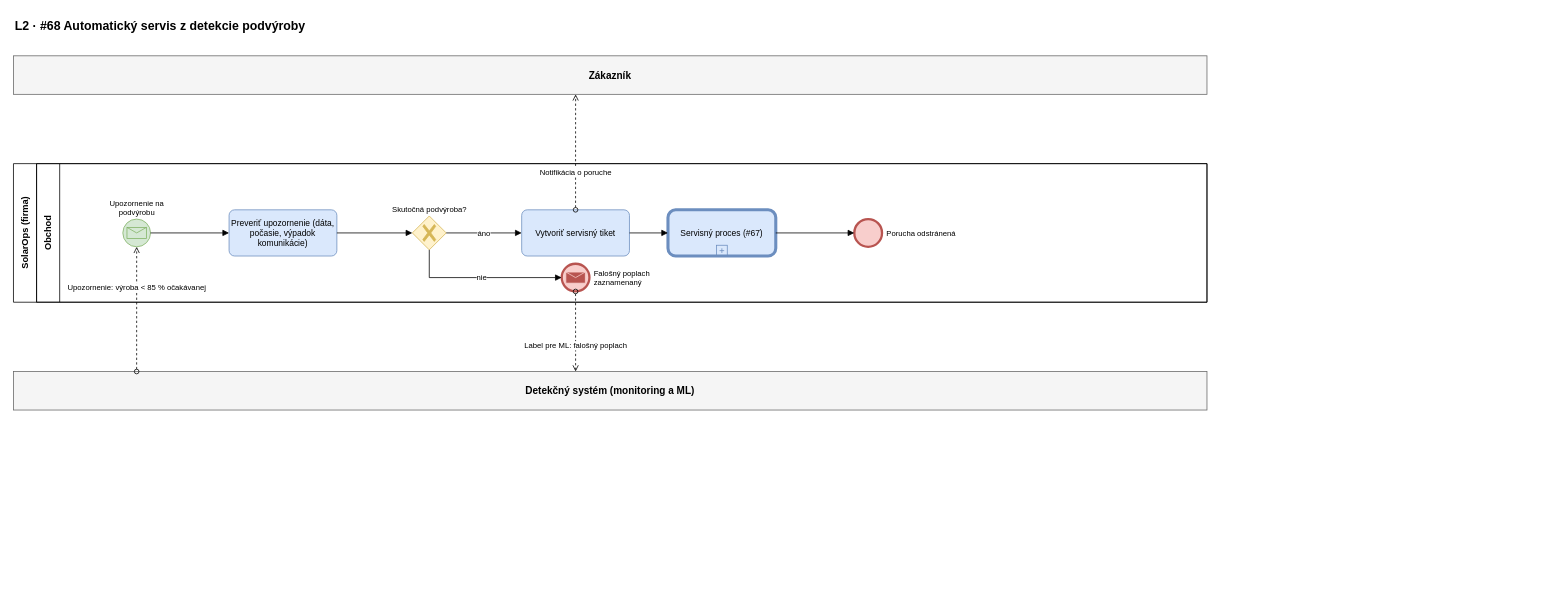
Before: page "#68 Automatický servis" (11 of 11) of docs/bpmn/solarops-bpmn.drawio in takacmichal/AISPU, a draw.io diagram. Source tidied: cells renumbered, new cells numbered last; positions are measured from the earlier drawing's top-left corner, leaving out a move shared by most shapes. Both pictures are drawn from the tidied source at 77%, with x=0, y=0 at pixel (13, 13).
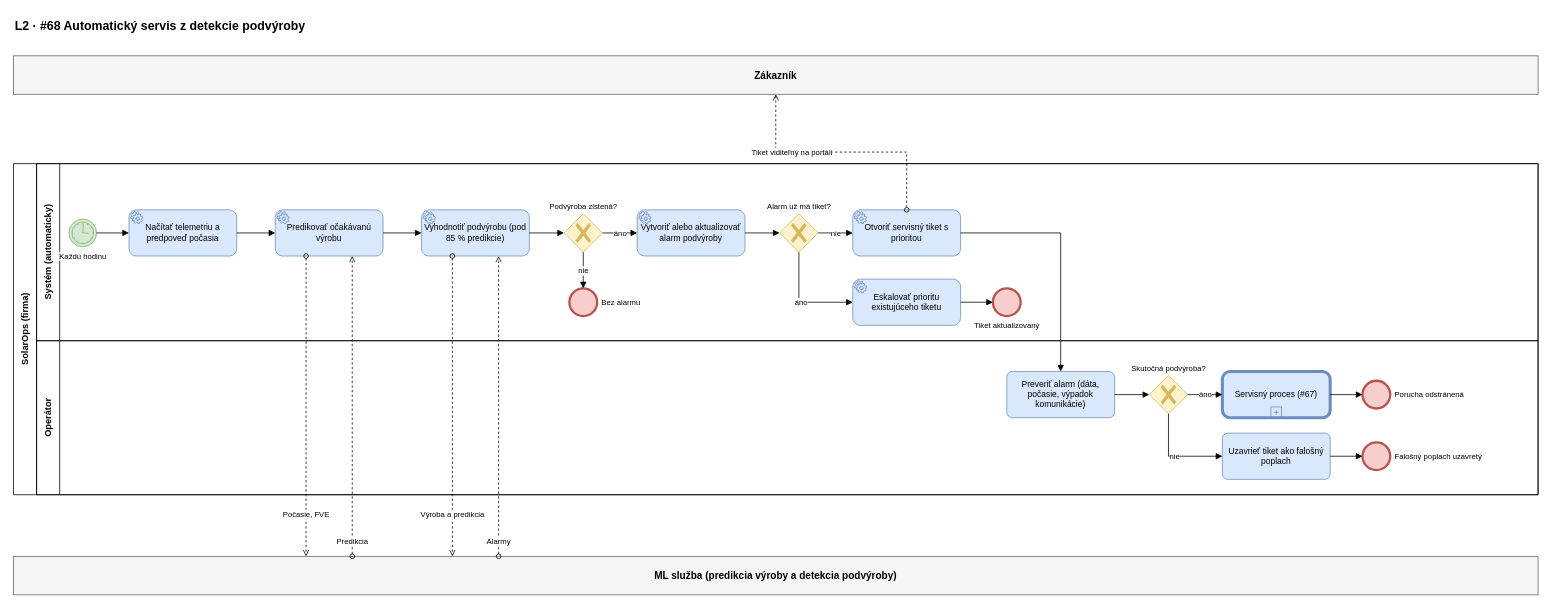
Above is the later version.

What changed in the source:
```diff
@@
     <mxCell id="3" value="Zákazník" style="rounded=0;whiteSpace=wrap;html=1;fillColor=#f5f5f5;strokeColor=#666666;fontStyle=1;fontSize=13;" parent="1" vertex="1">
-      <mxGeometry y="55" width="1550" height="50" as="geometry" />
+      <mxGeometry y="55" width="1980" height="50" as="geometry" />
     </mxCell>
-    <mxCell id="4" value="Detekčný systém (monitoring a ML)" style="rounded=0;whiteSpace=wrap;html=1;fillColor=#f5f5f5;strokeColor=#666666;fontStyle=1;fontSize=13;" parent="1" vertex="1">
-      <mxGeometry y="465" width="1550" height="50" as="geometry" />
+    <mxCell id="4" value="ML služba (predikcia výroby a detekcia podvýroby)" style="rounded=0;whiteSpace=wrap;html=1;fillColor=#f5f5f5;strokeColor=#666666;fontStyle=1;fontSize=13;" parent="1" vertex="1">
+      <mxGeometry y="705" width="1980" height="50" as="geometry" />
     </mxCell>
     <mxCell id="5" value="SolarOps (firma)" style="swimlane;horizontal=0;whiteSpace=wrap;html=1;startSize=30;fontStyle=1;fillColor=none;" parent="1" vertex="1">
-      <mxGeometry y="195" width="1550" height="180" as="geometry" />
+      <mxGeometry y="195" width="1980" height="430" as="geometry" />
     </mxCell>
-    <mxCell id="6" value="Obchod" style="swimlane;horizontal=0;whiteSpace=wrap;html=1;startSize=30;fillColor=none;" parent="5" vertex="1">
-      <mxGeometry x="30" width="1520" height="180" as="geometry" />
+    <mxCell id="6" value="Systém (automaticky)" style="swimlane;horizontal=0;whiteSpace=wrap;html=1;startSize=30;fillColor=none;" parent="5" vertex="1">
+      <mxGeometry x="30" width="1950" height="230" as="geometry" />
     </mxCell>
+    <mxCell id="23" value="Operátor" style="swimlane;horizontal=0;whiteSpace=wrap;html=1;startSize=30;fillColor=none;" parent="5" vertex="1">
+      <mxGeometry x="30" y="230" width="1950" height="200" as="geometry" />
+    </mxCell>
-    <mxCell id="7" value="Upozornenie na&lt;br&gt;podvýrobu" style="shape=mxgraph.bpmn.shape;html=1;labelBackgroundColor=#ffffff;perimeter=ellipsePerimeter;outlineConnect=0;fontSize=10;outline=standard;symbol=message;fillColor=#d5e8d4;strokeColor=#82b366;verticalLabelPosition=top;verticalAlign=bottom;labelPosition=center;align=center;" parent="6" vertex="1">
-      <mxGeometry x="112" y="72" width="36" height="36" as="geometry" />
+    <mxCell id="7" value="Každú hodinu" style="shape=mxgraph.bpmn.shape;html=1;labelBackgroundColor=#ffffff;perimeter=ellipsePerimeter;outlineConnect=0;fontSize=10;outline=standard;symbol=timer;fillColor=#d5e8d4;strokeColor=#82b366;verticalLabelPosition=bottom;verticalAlign=top;labelPosition=center;align=center;" parent="6" vertex="1">
+      <mxGeometry x="42" y="72" width="36" height="36" as="geometry" />
     </mxCell>
-    <mxCell id="8" value="Preveriť upozornenie (dáta, počasie, výpadok komunikácie)" style="rounded=1;whiteSpace=wrap;html=1;arcSize=12;fillColor=#dae8fc;strokeColor=#6c8ebf;fontSize=11;" parent="6" vertex="1">
-      <mxGeometry x="250" y="60" width="140" height="60" as="geometry" />
-    </mxCell>
+    <mxCell id="24" value="Načítať telemetriu a predpoveď počasia" style="shape=mxgraph.bpmn.task;html=1;whiteSpace=wrap;rectStyle=rounded;size=10;taskMarker=service;fillColor=#dae8fc;strokeColor=#6c8ebf;fontSize=11;" parent="6" vertex="1">
+      <mxGeometry x="120" y="60" width="140" height="60" as="geometry" />
+    </mxCell>
+    <mxCell id="25" value="Predikovať očakávanú výrobu" style="shape=mxgraph.bpmn.task;html=1;whiteSpace=wrap;rectStyle=rounded;size=10;taskMarker=service;fillColor=#dae8fc;strokeColor=#6c8ebf;fontSize=11;" parent="6" vertex="1">
+      <mxGeometry x="310" y="60" width="140" height="60" as="geometry" />
+    </mxCell>
+    <mxCell id="26" value="Vyhodnotiť podvýrobu (pod 85 % predikcie)" style="shape=mxgraph.bpmn.task;html=1;whiteSpace=wrap;rectStyle=rounded;size=10;taskMarker=service;fillColor=#dae8fc;strokeColor=#6c8ebf;fontSize=11;" parent="6" vertex="1">
+      <mxGeometry x="500" y="60" width="140" height="60" as="geometry" />
+    </mxCell>
+    <mxCell id="27" value="Podvýroba zistená?" style="shape=mxgraph.bpmn.gateway2;html=1;labelBackgroundColor=#ffffff;perimeter=rhombusPerimeter;outlineConnect=0;fillColor=#fff2cc;strokeColor=#d6b656;fontSize=10;outline=none;symbol=none;gwType=exclusive;verticalLabelPosition=top;verticalAlign=bottom;labelPosition=center;align=center;" parent="6" vertex="1">
+      <mxGeometry x="685" y="65" width="50" height="50" as="geometry" />
+    </mxCell>
+    <mxCell id="28" value="Bez alarmu" style="shape=mxgraph.bpmn.shape;html=1;labelBackgroundColor=#ffffff;perimeter=ellipsePerimeter;outlineConnect=0;fontSize=10;outline=end;symbol=general;fillColor=#f8cecc;strokeColor=#b85450;verticalLabelPosition=middle;verticalAlign=middle;labelPosition=right;align=left;spacingLeft=4;" parent="6" vertex="1">
+      <mxGeometry x="692" y="162" width="36" height="36" as="geometry" />
+    </mxCell>
+    <mxCell id="29" value="Vytvoriť alebo aktualizovať alarm podvýroby" style="shape=mxgraph.bpmn.task;html=1;whiteSpace=wrap;rectStyle=rounded;size=10;taskMarker=service;fillColor=#dae8fc;strokeColor=#6c8ebf;fontSize=11;" parent="6" vertex="1">
+      <mxGeometry x="780" y="60" width="140" height="60" as="geometry" />
+    </mxCell>
+    <mxCell id="30" value="Alarm už má tiket?" style="shape=mxgraph.bpmn.gateway2;html=1;labelBackgroundColor=#ffffff;perimeter=rhombusPerimeter;outlineConnect=0;fillColor=#fff2cc;strokeColor=#d6b656;fontSize=10;outline=none;symbol=none;gwType=exclusive;verticalLabelPosition=top;verticalAlign=bottom;labelPosition=center;align=center;" parent="6" vertex="1">
+      <mxGeometry x="965" y="65" width="50" height="50" as="geometry" />
+    </mxCell>
+    <mxCell id="31" value="Eskalovať prioritu existujúceho tiketu" style="shape=mxgraph.bpmn.task;html=1;whiteSpace=wrap;rectStyle=rounded;size=10;taskMarker=service;fillColor=#dae8fc;strokeColor=#6c8ebf;fontSize=11;" parent="6" vertex="1">
+      <mxGeometry x="1060" y="150" width="140" height="60" as="geometry" />
+    </mxCell>
+    <mxCell id="32" value="Tiket aktualizovaný" style="shape=mxgraph.bpmn.shape;html=1;labelBackgroundColor=#ffffff;perimeter=ellipsePerimeter;outlineConnect=0;fontSize=10;outline=end;symbol=general;fillColor=#f8cecc;strokeColor=#b85450;verticalLabelPosition=bottom;verticalAlign=top;labelPosition=center;align=center;" parent="6" vertex="1">
+      <mxGeometry x="1242" y="162" width="36" height="36" as="geometry" />
+    </mxCell>
+    <mxCell id="33" value="Otvoriť servisný tiket s prioritou" style="shape=mxgraph.bpmn.task;html=1;whiteSpace=wrap;rectStyle=rounded;size=10;taskMarker=service;fillColor=#dae8fc;strokeColor=#6c8ebf;fontSize=11;" parent="6" vertex="1">
+      <mxGeometry x="1060" y="60" width="140" height="60" as="geometry" />
+    </mxCell>
+    <mxCell id="34" value="Preveriť alarm (dáta, počasie, výpadok komunikácie)" style="rounded=1;whiteSpace=wrap;html=1;arcSize=12;fillColor=#dae8fc;strokeColor=#6c8ebf;fontSize=11;" parent="23" vertex="1">
+      <mxGeometry x="1260" y="40" width="140" height="60" as="geometry" />
+    </mxCell>
-    <mxCell id="9" value="Skutočná podvýroba?" style="shape=mxgraph.bpmn.gateway2;html=1;labelBackgroundColor=#ffffff;perimeter=rhombusPerimeter;outlineConnect=0;fillColor=#fff2cc;strokeColor=#d6b656;fontSize=10;outline=none;symbol=none;gwType=exclusive;verticalLabelPosition=top;verticalAlign=bottom;labelPosition=center;align=center;" parent="6" vertex="1">
-      <mxGeometry x="488" y="68" width="44" height="44" as="geometry" />
+    <mxCell id="9" value="Skutočná podvýroba?" style="shape=mxgraph.bpmn.gateway2;html=1;labelBackgroundColor=#ffffff;perimeter=rhombusPerimeter;outlineConnect=0;fillColor=#fff2cc;strokeColor=#d6b656;fontSize=10;outline=none;symbol=none;gwType=exclusive;verticalLabelPosition=top;verticalAlign=bottom;labelPosition=center;align=center;" parent="23" vertex="1">
+      <mxGeometry x="1445" y="45" width="50" height="50" as="geometry" />
     </mxCell>
-    <mxCell id="10" value="Falošný poplach&lt;br&gt;zaznamenaný" style="shape=mxgraph.bpmn.shape;html=1;labelBackgroundColor=#ffffff;perimeter=ellipsePerimeter;outlineConnect=0;fontSize=10;outline=end;symbol=message;fillColor=#f8cecc;strokeColor=#b85450;verticalLabelPosition=middle;verticalAlign=middle;labelPosition=right;align=left;spacingLeft=4;" parent="6" vertex="1">
-      <mxGeometry x="682" y="130" width="36" height="36" as="geometry" />
-    </mxCell>
-    <mxCell id="11" value="Vytvoriť servisný tiket" style="rounded=1;whiteSpace=wrap;html=1;arcSize=12;fillColor=#dae8fc;strokeColor=#6c8ebf;fontSize=11;" parent="6" vertex="1">
-      <mxGeometry x="630" y="60" width="140" height="60" as="geometry" />
-    </mxCell>
-    <mxCell id="12" value="Servisný proces (#67)" style="shape=mxgraph.bpmn.task;html=1;whiteSpace=wrap;rectStyle=rounded;size=10;taskMarker=abstract;isLoopSub=1;fillColor=#dae8fc;strokeColor=#6c8ebf;fontSize=11;bpmnShapeType=call;" parent="6" vertex="1">
-      <mxGeometry x="820" y="60" width="140" height="60" as="geometry" />
+    <mxCell id="12" value="Servisný proces (#67)" style="shape=mxgraph.bpmn.task;html=1;whiteSpace=wrap;rectStyle=rounded;size=10;taskMarker=abstract;isLoopSub=1;fillColor=#dae8fc;strokeColor=#6c8ebf;fontSize=11;bpmnShapeType=call;" parent="23" vertex="1">
+      <mxGeometry x="1540" y="40" width="140" height="60" as="geometry" />
     </mxCell>
-    <mxCell id="13" value="Porucha odstránená" style="shape=mxgraph.bpmn.shape;html=1;labelBackgroundColor=#ffffff;perimeter=ellipsePerimeter;outlineConnect=0;fontSize=10;outline=end;symbol=general;fillColor=#f8cecc;strokeColor=#b85450;verticalLabelPosition=middle;verticalAlign=middle;labelPosition=right;align=left;spacingLeft=4;" parent="6" vertex="1">
-      <mxGeometry x="1062" y="72" width="36" height="36" as="geometry" />
+    <mxCell id="13" value="Porucha odstránená" style="shape=mxgraph.bpmn.shape;html=1;labelBackgroundColor=#ffffff;perimeter=ellipsePerimeter;outlineConnect=0;fontSize=10;outline=end;symbol=general;fillColor=#f8cecc;strokeColor=#b85450;verticalLabelPosition=middle;verticalAlign=middle;labelPosition=right;align=left;spacingLeft=4;" parent="23" vertex="1">
+      <mxGeometry x="1722" y="52" width="36" height="36" as="geometry" />
     </mxCell>
+    <mxCell id="35" value="Uzavrieť tiket ako falošný poplach" style="rounded=1;whiteSpace=wrap;html=1;arcSize=12;fillColor=#dae8fc;strokeColor=#6c8ebf;fontSize=11;" parent="23" vertex="1">
+      <mxGeometry x="1540" y="120" width="140" height="60" as="geometry" />
+    </mxCell>
+    <mxCell id="36" value="Falošný poplach uzavretý" style="shape=mxgraph.bpmn.shape;html=1;labelBackgroundColor=#ffffff;perimeter=ellipsePerimeter;outlineConnect=0;fontSize=10;outline=end;symbol=general;fillColor=#f8cecc;strokeColor=#b85450;verticalLabelPosition=middle;verticalAlign=middle;labelPosition=right;align=left;spacingLeft=4;" parent="23" vertex="1">
+      <mxGeometry x="1722" y="132" width="36" height="36" as="geometry" />
+    </mxCell>
-    <mxCell id="14" style="edgeStyle=orthogonalEdgeStyle;rounded=0;html=1;endArrow=block;endFill=1;fontSize=10;labelBackgroundColor=#ffffff;exitX=1;exitY=0.5;entryX=0;entryY=0.5;" parent="1" edge="1" source="7" target="8">
+    <mxCell id="14" style="edgeStyle=orthogonalEdgeStyle;rounded=0;html=1;endArrow=block;endFill=1;fontSize=10;labelBackgroundColor=#ffffff;exitX=1;exitY=0.5;entryX=0;entryY=0.5;" parent="1" edge="1" source="7" target="24">
       <mxGeometry relative="1" as="geometry" />
     </mxCell>
-    <mxCell id="15" style="edgeStyle=orthogonalEdgeStyle;rounded=0;html=1;endArrow=block;endFill=1;fontSize=10;labelBackgroundColor=#ffffff;exitX=1;exitY=0.5;entryX=0;entryY=0.5;" parent="1" edge="1" source="8" target="9">
+    <mxCell id="15" style="edgeStyle=orthogonalEdgeStyle;rounded=0;html=1;endArrow=block;endFill=1;fontSize=10;labelBackgroundColor=#ffffff;exitX=1;exitY=0.5;entryX=0;entryY=0.5;" parent="1" edge="1" source="24" target="25">
       <mxGeometry relative="1" as="geometry" />
     </mxCell>
-    <mxCell id="16" value="nie" style="edgeStyle=orthogonalEdgeStyle;rounded=0;html=1;endArrow=block;endFill=1;fontSize=10;labelBackgroundColor=#ffffff;exitX=0.5;exitY=1;entryX=0;entryY=0.5;" parent="1" edge="1" source="9" target="10">
+    <mxCell id="16" style="edgeStyle=orthogonalEdgeStyle;rounded=0;html=1;endArrow=block;endFill=1;fontSize=10;labelBackgroundColor=#ffffff;exitX=1;exitY=0.5;entryX=0;entryY=0.5;" parent="1" edge="1" source="25" target="26">
       <mxGeometry relative="1" as="geometry" />
     </mxCell>
-    <mxCell id="17" value="áno" style="edgeStyle=orthogonalEdgeStyle;rounded=0;html=1;endArrow=block;endFill=1;fontSize=10;labelBackgroundColor=#ffffff;exitX=1;exitY=0.5;entryX=0;entryY=0.5;" parent="1" edge="1" source="9" target="11">
+    <mxCell id="17" style="edgeStyle=orthogonalEdgeStyle;rounded=0;html=1;endArrow=block;endFill=1;fontSize=10;labelBackgroundColor=#ffffff;exitX=1;exitY=0.5;entryX=0;entryY=0.5;" parent="1" edge="1" source="26" target="27">
       <mxGeometry relative="1" as="geometry" />
     </mxCell>
-    <mxCell id="18" style="edgeStyle=orthogonalEdgeStyle;rounded=0;html=1;endArrow=block;endFill=1;fontSize=10;labelBackgroundColor=#ffffff;exitX=1;exitY=0.5;entryX=0;entryY=0.5;" parent="1" edge="1" source="11" target="12">
+    <mxCell id="18" value="áno" style="edgeStyle=orthogonalEdgeStyle;rounded=0;html=1;endArrow=block;endFill=1;fontSize=10;labelBackgroundColor=#ffffff;exitX=1;exitY=0.5;entryX=0;entryY=0.5;" parent="1" edge="1" source="27" target="29">
       <mxGeometry relative="1" as="geometry" />
     </mxCell>
-    <mxCell id="19" style="edgeStyle=orthogonalEdgeStyle;rounded=0;html=1;endArrow=block;endFill=1;fontSize=10;labelBackgroundColor=#ffffff;exitX=1;exitY=0.5;entryX=0;entryY=0.5;" parent="1" edge="1" source="12" target="13">
+    <mxCell id="19" value="nie" style="edgeStyle=orthogonalEdgeStyle;rounded=0;html=1;endArrow=block;endFill=1;fontSize=10;labelBackgroundColor=#ffffff;exitX=0.5;exitY=1;entryX=0.5;entryY=0;" parent="1" edge="1" source="27" target="28">
       <mxGeometry relative="1" as="geometry" />
     </mxCell>
-    <mxCell id="20" value="Upozornenie: výroba &lt; 85 % očakávanej" style="edgeStyle=orthogonalEdgeStyle;rounded=0;html=1;dashed=1;endArrow=open;endFill=0;startArrow=oval;startFill=0;fontSize=10;labelBackgroundColor=#ffffff;exitX=0.1032;exitY=0;entryX=0.5;entryY=1;" parent="1" edge="1" source="4" target="7">
-      <mxGeometry x="0.35" relative="1" as="geometry" />
+    <mxCell id="20" style="edgeStyle=orthogonalEdgeStyle;rounded=0;html=1;endArrow=block;endFill=1;fontSize=10;labelBackgroundColor=#ffffff;exitX=1;exitY=0.5;entryX=0;entryY=0.5;" parent="1" edge="1" source="29" target="30">
+      <mxGeometry relative="1" as="geometry" />
     </mxCell>
-    <mxCell id="21" value="Label pre ML: falošný poplach" style="edgeStyle=orthogonalEdgeStyle;rounded=0;html=1;dashed=1;endArrow=open;endFill=0;startArrow=oval;startFill=0;fontSize=10;labelBackgroundColor=#ffffff;exitX=0.5;exitY=1;entryX=0.4710;entryY=0;" parent="1" edge="1" source="10" target="4">
-      <mxGeometry x="0.35" relative="1" as="geometry" />
+    <mxCell id="21" value="nie" style="edgeStyle=orthogonalEdgeStyle;rounded=0;html=1;endArrow=block;endFill=1;fontSize=10;labelBackgroundColor=#ffffff;exitX=1;exitY=0.5;entryX=0;entryY=0.5;" parent="1" edge="1" source="30" target="33">
+      <mxGeometry relative="1" as="geometry" />
     </mxCell>
-    <mxCell id="22" value="Notifikácia o poruche" style="edgeStyle=orthogonalEdgeStyle;rounded=0;html=1;dashed=1;endArrow=open;endFill=0;startArrow=oval;startFill=0;fontSize=10;labelBackgroundColor=#ffffff;exitX=0.5;exitY=0;entryX=0.4710;entryY=1;" parent="1" edge="1" source="11" target="3">
-      <mxGeometry x="-0.35" relative="1" as="geometry" />
+    <mxCell id="22" value="áno" style="edgeStyle=orthogonalEdgeStyle;rounded=0;html=1;endArrow=block;endFill=1;fontSize=10;labelBackgroundColor=#ffffff;exitX=0.5;exitY=1;entryX=0;entryY=0.5;" parent="1" edge="1" source="30" target="31">
+      <mxGeometry relative="1" as="geometry" />
     </mxCell>
+    <mxCell id="37" style="edgeStyle=orthogonalEdgeStyle;rounded=0;html=1;endArrow=block;endFill=1;fontSize=10;labelBackgroundColor=#ffffff;exitX=1;exitY=0.5;entryX=0;entryY=0.5;" parent="1" edge="1" source="31" target="32">
+      <mxGeometry relative="1" as="geometry" />
+    </mxCell>
+    <mxCell id="38" style="edgeStyle=orthogonalEdgeStyle;rounded=0;html=1;endArrow=block;endFill=1;fontSize=10;labelBackgroundColor=#ffffff;exitX=1;exitY=0.5;entryX=0.5;entryY=0;" parent="1" edge="1" source="33" target="34">
+      <mxGeometry relative="1" as="geometry" />
+    </mxCell>
+    <mxCell id="39" style="edgeStyle=orthogonalEdgeStyle;rounded=0;html=1;endArrow=block;endFill=1;fontSize=10;labelBackgroundColor=#ffffff;exitX=1;exitY=0.5;entryX=0;entryY=0.5;" parent="1" edge="1" source="34" target="9">
+      <mxGeometry relative="1" as="geometry" />
+    </mxCell>
+    <mxCell id="40" value="áno" style="edgeStyle=orthogonalEdgeStyle;rounded=0;html=1;endArrow=block;endFill=1;fontSize=10;labelBackgroundColor=#ffffff;exitX=1;exitY=0.5;entryX=0;entryY=0.5;" parent="1" edge="1" source="9" target="12">
+      <mxGeometry relative="1" as="geometry" />
+    </mxCell>
+    <mxCell id="41" style="edgeStyle=orthogonalEdgeStyle;rounded=0;html=1;endArrow=block;endFill=1;fontSize=10;labelBackgroundColor=#ffffff;exitX=1;exitY=0.5;entryX=0;entryY=0.5;" parent="1" edge="1" source="12" target="13">
+      <mxGeometry relative="1" as="geometry" />
+    </mxCell>
+    <mxCell id="42" value="nie" style="edgeStyle=orthogonalEdgeStyle;rounded=0;html=1;endArrow=block;endFill=1;fontSize=10;labelBackgroundColor=#ffffff;exitX=0.5;exitY=1;entryX=0;entryY=0.5;" parent="1" edge="1" source="9" target="35">
+      <mxGeometry relative="1" as="geometry" />
+    </mxCell>
+    <mxCell id="43" style="edgeStyle=orthogonalEdgeStyle;rounded=0;html=1;endArrow=block;endFill=1;fontSize=10;labelBackgroundColor=#ffffff;exitX=1;exitY=0.5;entryX=0;entryY=0.5;" parent="1" edge="1" source="35" target="36">
+      <mxGeometry relative="1" as="geometry" />
+    </mxCell>
+    <mxCell id="44" value="Počasie, FVE" style="edgeStyle=orthogonalEdgeStyle;rounded=0;html=1;dashed=1;endArrow=open;endFill=0;startArrow=oval;startFill=0;fontSize=10;labelBackgroundColor=#ffffff;exitX=0.286;exitY=1;entryX=0.1919;entryY=0;" parent="1" edge="1" source="25" target="4">
+      <mxGeometry x="0.72" relative="1" as="geometry" />
+    </mxCell>
+    <mxCell id="45" value="Predikcia" style="edgeStyle=orthogonalEdgeStyle;rounded=0;html=1;dashed=1;endArrow=open;endFill=0;startArrow=oval;startFill=0;fontSize=10;labelBackgroundColor=#ffffff;exitX=0.2222;exitY=0;entryX=0.714;entryY=1;" parent="1" edge="1" source="4" target="25">
+      <mxGeometry x="-0.9" relative="1" as="geometry" />
+    </mxCell>
+    <mxCell id="46" value="Výroba a predikcia" style="edgeStyle=orthogonalEdgeStyle;rounded=0;html=1;dashed=1;endArrow=open;endFill=0;startArrow=oval;startFill=0;fontSize=10;labelBackgroundColor=#ffffff;exitX=0.286;exitY=1;entryX=0.2879;entryY=0;" parent="1" edge="1" source="26" target="4">
+      <mxGeometry x="0.72" relative="1" as="geometry" />
+    </mxCell>
+    <mxCell id="47" value="Alarmy" style="edgeStyle=orthogonalEdgeStyle;rounded=0;html=1;dashed=1;endArrow=open;endFill=0;startArrow=oval;startFill=0;fontSize=10;labelBackgroundColor=#ffffff;exitX=0.3182;exitY=0;entryX=0.714;entryY=1;" parent="1" edge="1" source="4" target="26">
+      <mxGeometry x="-0.9" relative="1" as="geometry" />
+    </mxCell>
+    <mxCell id="48" value="Tiket viditeľný na portáli" style="edgeStyle=orthogonalEdgeStyle;rounded=0;html=1;dashed=1;endArrow=open;endFill=0;startArrow=oval;startFill=0;fontSize=10;labelBackgroundColor=#ffffff;exitX=0.5;exitY=0;entryX=0.5;entryY=1;" parent="1" edge="1" source="33" target="3">
+      <mxGeometry x="0.4" relative="1" as="geometry" />
+    </mxCell>
```
